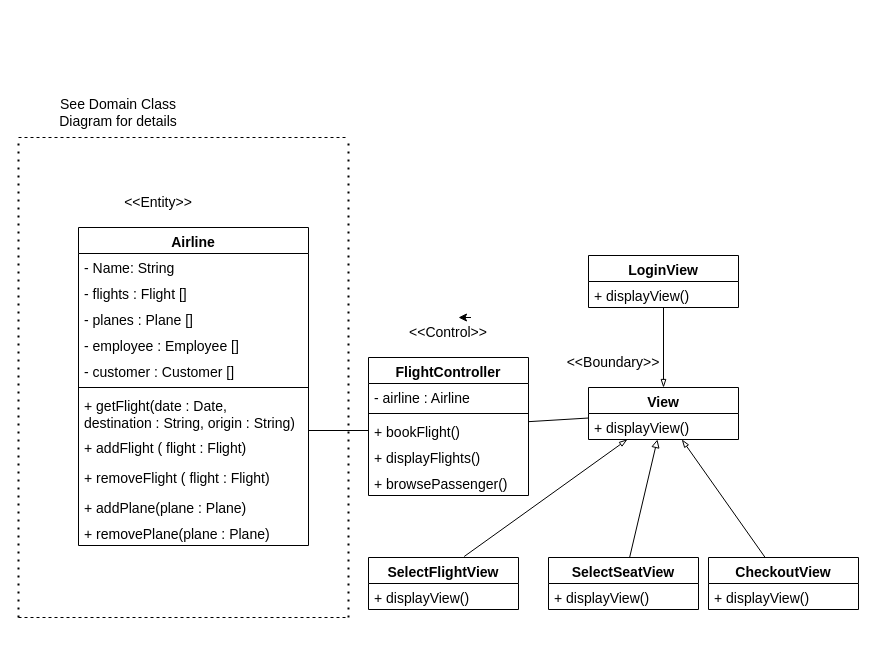
Earlier version of the draw.io diagram P3_Package_Diagram/detail_class_diagram.drawio (ESDiep/FlightReservationProject). Source tidied: cells renumbered, new cells numbered last; positions are measured from the earlier drawing's top-left corner, leaving out a move shared by most shapes. Both pictures are drawn from the tidied source at 100%, with x=0, y=0 at pixel (18, 97).
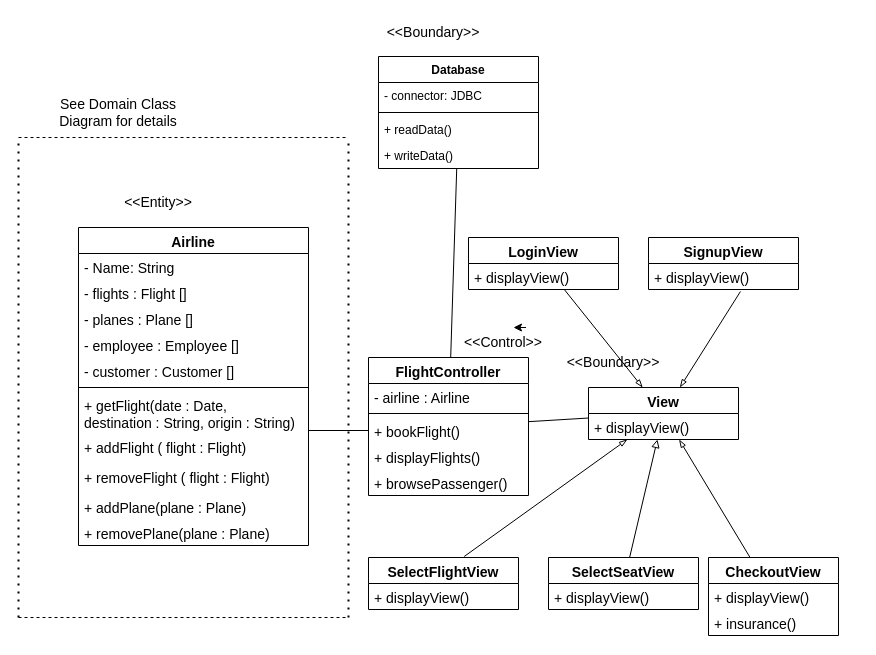
Above is the later version.

The change refers to these unchanged cells:
```xml
<mxCell id="23" value="FlightController" style="swimlane;fontStyle=1;align=center;verticalAlign=top;horizontal=1;startSize=26;fontSize=14;" parent="1" vertex="1">
  <mxGeometry x="350" y="260" width="160" height="138" as="geometry" />
</mxCell>
<mxCell id="34" value="View" style="swimlane;fontStyle=1;align=center;verticalAlign=top;horizontal=1;startSize=26;fontSize=14;" parent="1" vertex="1">
  <mxGeometry x="570" y="290" width="150" height="52" as="geometry" />
</mxCell>
```

What changed in the source:
```diff
@@
     <mxCell id="20" value="&amp;lt;&amp;lt;Control&amp;gt;&amp;gt;" style="text;strokeColor=none;align=center;fillColor=none;html=1;verticalAlign=middle;whiteSpace=wrap;rounded=0;fontSize=14;" parent="1" vertex="1">
-      <mxGeometry x="385" y="220" width="90" height="30" as="geometry" />
+      <mxGeometry x="440" y="230" width="90" height="30" as="geometry" />
     </mxCell>
@@
+    <mxCell id="45" style="edgeStyle=none;html=1;entryX=0.613;entryY=1.077;entryDx=0;entryDy=0;entryPerimeter=0;fontSize=14;startArrow=blockThin;startFill=0;endArrow=none;endFill=0;" parent="1" edge="1" source="34" target="48">
+      <mxGeometry relative="1" as="geometry" />
+    </mxCell>
@@
     <mxCell id="41" value="CheckoutView" style="swimlane;fontStyle=1;align=center;verticalAlign=top;horizontal=1;startSize=26;fontSize=14;" parent="1" vertex="1">
-      <mxGeometry x="690" y="460" width="150" height="52" as="geometry" />
+      <mxGeometry x="690" y="460" width="130" height="78" as="geometry" />
     </mxCell>
     <mxCell id="42" value="+ displayView()" style="text;strokeColor=none;fillColor=none;align=left;verticalAlign=top;spacingLeft=4;spacingRight=4;overflow=hidden;fontSize=14;" parent="41" vertex="1">
-      <mxGeometry y="26" width="150" height="26" as="geometry" />
+      <mxGeometry y="26" width="130" height="26" as="geometry" />
     </mxCell>
+    <mxCell id="46" value="+ insurance()" style="text;strokeColor=none;fillColor=none;align=left;verticalAlign=top;spacingLeft=4;spacingRight=4;overflow=hidden;fontSize=14;" parent="41" vertex="1">
+      <mxGeometry y="52" width="130" height="26" as="geometry" />
+    </mxCell>
     <mxCell id="43" value="LoginView" style="swimlane;fontStyle=1;align=center;verticalAlign=top;horizontal=1;startSize=26;fontSize=14;" parent="1" vertex="1">
-      <mxGeometry x="570" y="158" width="150" height="52" as="geometry" />
+      <mxGeometry x="450" y="140" width="150" height="52" as="geometry" />
     </mxCell>
@@
+    <mxCell id="47" value="SignupView" style="swimlane;fontStyle=1;align=center;verticalAlign=top;horizontal=1;startSize=26;fontSize=14;" parent="1" vertex="1">
+      <mxGeometry x="630" y="140" width="150" height="52" as="geometry" />
+    </mxCell>
+    <mxCell id="48" value="+ displayView()" style="text;strokeColor=none;fillColor=none;align=left;verticalAlign=top;spacingLeft=4;spacingRight=4;overflow=hidden;points=[[0,0.5],[1,0.5]];portConstraint=eastwest;fontSize=14;" parent="47" vertex="1">
+      <mxGeometry y="26" width="150" height="26" as="geometry" />
+    </mxCell>
+    <mxCell id="49" style="edgeStyle=none;html=1;endArrow=none;endFill=0;" parent="1" edge="1" source="50" target="23">
+      <mxGeometry relative="1" as="geometry" />
+    </mxCell>
+    <mxCell id="50" value="Database" style="swimlane;fontStyle=1;align=center;verticalAlign=top;horizontal=1;startSize=26;" parent="1" vertex="1">
+      <mxGeometry x="360" y="-41" width="160" height="112" as="geometry" />
+    </mxCell>
+    <mxCell id="51" value="- connector: JDBC" style="text;strokeColor=none;fillColor=none;align=left;verticalAlign=top;spacingLeft=4;spacingRight=4;overflow=hidden;" parent="50" vertex="1">
+      <mxGeometry y="26" width="160" height="26" as="geometry" />
+    </mxCell>
+    <mxCell id="52" style="line;strokeWidth=1;fillColor=none;align=left;verticalAlign=middle;spacingTop=-1;spacingLeft=3;spacingRight=3;labelPosition=right;strokeColor=inherit;" parent="50" vertex="1">
+      <mxGeometry y="52" width="160" height="8" as="geometry" />
+    </mxCell>
+    <mxCell id="53" value="+ readData()" style="text;strokeColor=none;fillColor=none;align=left;verticalAlign=top;spacingLeft=4;spacingRight=4;overflow=hidden;" parent="50" vertex="1">
+      <mxGeometry y="60" width="160" height="26" as="geometry" />
+    </mxCell>
+    <mxCell id="54" value="+ writeData()" style="text;strokeColor=none;fillColor=none;align=left;verticalAlign=top;spacingLeft=4;spacingRight=4;overflow=hidden;" parent="50" vertex="1">
+      <mxGeometry y="86" width="160" height="26" as="geometry" />
+    </mxCell>
+    <mxCell id="55" value="&amp;lt;&amp;lt;Boundary&amp;gt;&amp;gt;" style="text;strokeColor=none;align=center;fillColor=none;html=1;verticalAlign=middle;whiteSpace=wrap;rounded=0;fontSize=14;" parent="1" vertex="1">
+      <mxGeometry x="370" y="-80" width="90" height="30" as="geometry" />
+    </mxCell>
```
